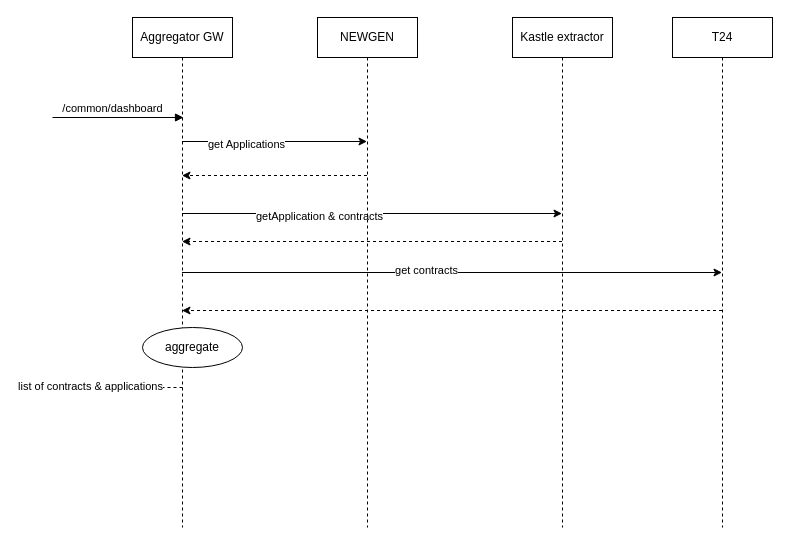
Before: page "aggregrator" (2 of 2) of Dashboard.drawio in MHosnii/Migration, a draw.io diagram. Source tidied: cells renumbered, new cells numbered last; positions are measured from the earlier drawing's top-left corner, leaving out a move shared by most shapes. Both pictures are drawn from the tidied source at 100%, with x=0, y=0 at pixel (52, 17).
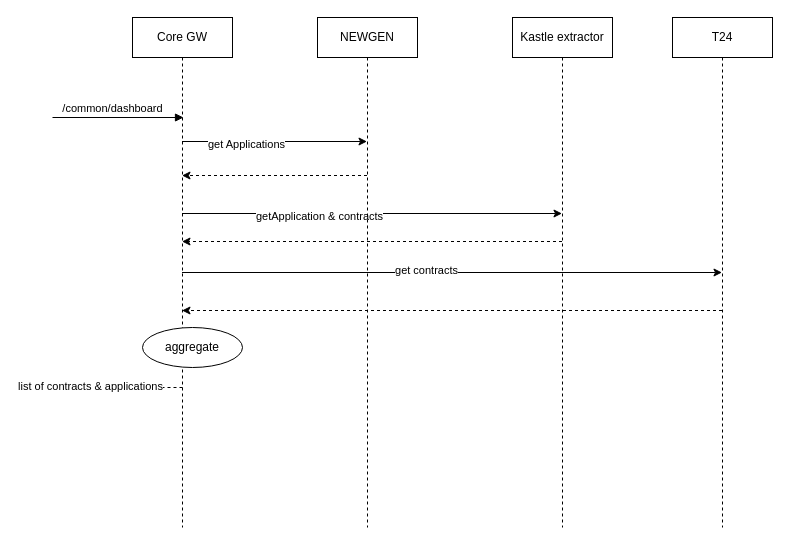
Above is the later version.

What changed in the source:
```diff
@@
-    <mxCell id="8" value="Aggregator GW" style="shape=umlLifeline;perimeter=lifelinePerimeter;whiteSpace=wrap;html=1;newEdgeStyle={&quot;curved&quot;:0,&quot;rounded&quot;:0};" parent="1" vertex="1">
+    <mxCell id="8" value="Core GW" style="shape=umlLifeline;perimeter=lifelinePerimeter;whiteSpace=wrap;html=1;newEdgeStyle={&quot;curved&quot;:0,&quot;rounded&quot;:0};" parent="1" vertex="1">
       <mxGeometry x="80" width="100" height="510" as="geometry" />
     </mxCell>
```
